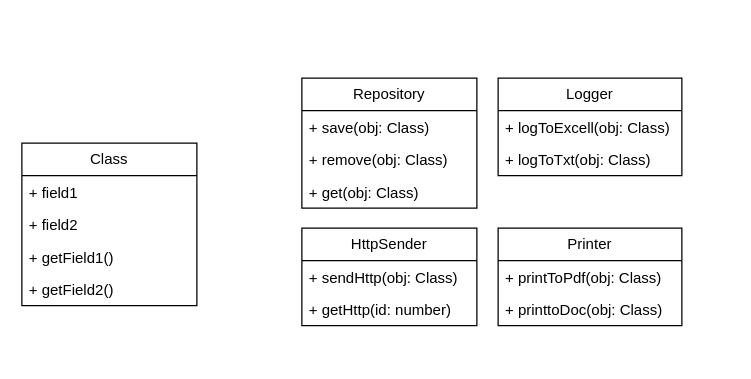
The draw.io diagram SOLID.drawio in orlov-oleg-developer/uml-diagrams, before the edit. Source tidied: cells renumbered, new cells numbered last; positions are measured from the earlier drawing's top-left corner, leaving out a move shared by most shapes. Both pictures are drawn from the tidied source at 125%, with x=0, y=0 at pixel (21, 78).
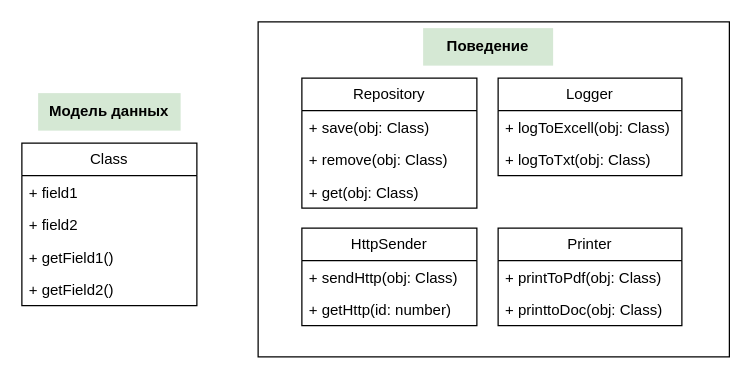
The same page after the edit.

Change to the diagram source:
```diff
@@
+    <mxCell id="20" style="rounded=0;whiteSpace=wrap;html=1;fillColor=none;" parent="1" vertex="1">
+      <mxGeometry x="189" y="-45" width="377" height="268" as="geometry" />
+    </mxCell>
@@
+    <mxCell id="21" value="Модель данных" style="text;html=1;strokeColor=none;fillColor=#d5e8d4;align=center;verticalAlign=middle;whiteSpace=wrap;rounded=0;fontStyle=1;" parent="1" vertex="1">
+      <mxGeometry x="13" y="12" width="114" height="30" as="geometry" />
+    </mxCell>
+    <mxCell id="22" value="Поведение" style="text;html=1;strokeColor=none;fillColor=#d5e8d4;align=center;verticalAlign=middle;whiteSpace=wrap;rounded=0;fontStyle=1;" parent="1" vertex="1">
+      <mxGeometry x="321" y="-40" width="104" height="30" as="geometry" />
+    </mxCell>
```
